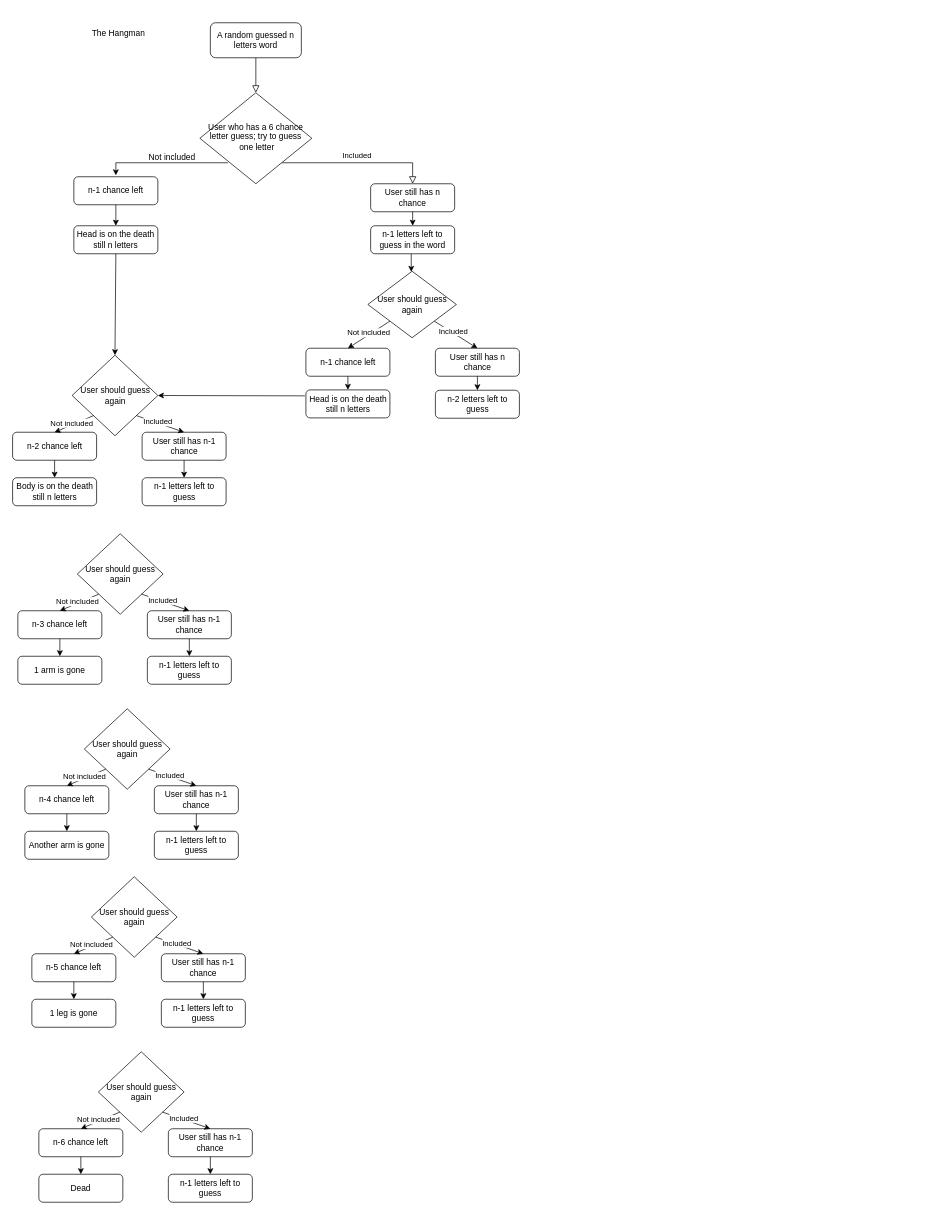
Earlier version of the draw.io diagram beginner_projects/Untitled Diagram.drawio (arzuunr/100_day_challenge). Source tidied: cells renumbered, new cells numbered last; positions are measured from the earlier drawing's top-left corner, leaving out a move shared by most shapes. Both pictures are drawn from the tidied source at 70%, with x=0, y=0 at pixel (12, 15).
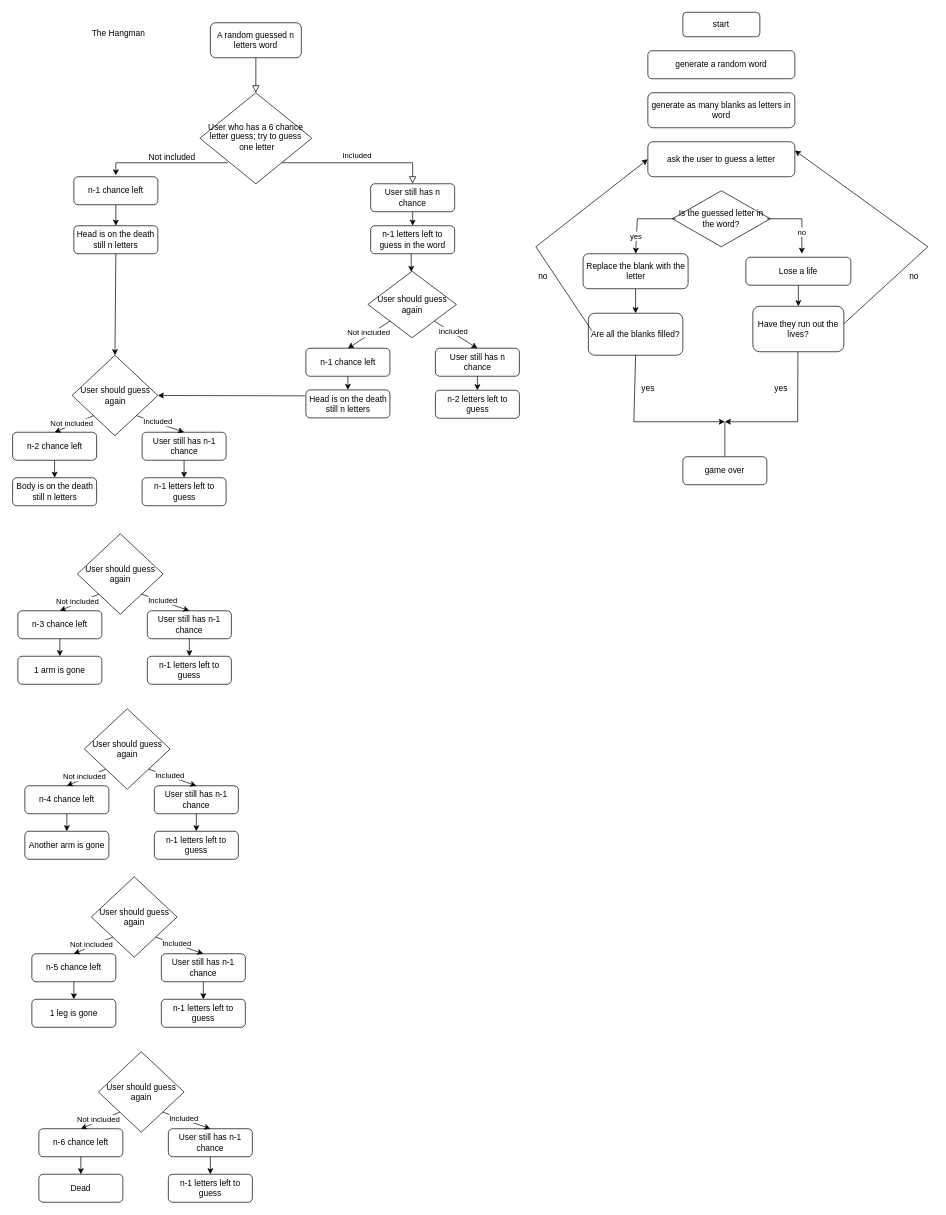
After the change.

The edit, as a diff of the source:
```diff
@@
+    <mxCell id="84" value="start" style="rounded=1;whiteSpace=wrap;html=1;" parent="1" vertex="1">
+      <mxGeometry x="958" y="-5" width="110" height="35" as="geometry" />
+    </mxCell>
+    <mxCell id="85" value="generate a random word" style="rounded=1;whiteSpace=wrap;html=1;" parent="1" vertex="1">
+      <mxGeometry x="908" y="50" width="210" height="40" as="geometry" />
+    </mxCell>
+    <mxCell id="86" value="generate as many blanks as letters in word" style="rounded=1;whiteSpace=wrap;html=1;" parent="1" vertex="1">
+      <mxGeometry x="908" y="110" width="210" height="50" as="geometry" />
+    </mxCell>
+    <mxCell id="87" value="ask the user to guess a letter" style="rounded=1;whiteSpace=wrap;html=1;" parent="1" vertex="1">
+      <mxGeometry x="908" y="180" width="210" height="50" as="geometry" />
+    </mxCell>
+    <mxCell id="88" value="Is the guessed letter in the word?" style="rhombus;whiteSpace=wrap;html=1;" parent="1" vertex="1">
+      <mxGeometry x="943" y="250" width="140" height="80" as="geometry" />
+    </mxCell>
+    <mxCell id="89" value="Replace the blank with the letter" style="rounded=1;whiteSpace=wrap;html=1;" parent="1" vertex="1">
+      <mxGeometry x="815.5" y="340" width="150" height="50" as="geometry" />
+    </mxCell>
+    <mxCell id="90" value="Lose a life" style="rounded=1;whiteSpace=wrap;html=1;" parent="1" vertex="1">
+      <mxGeometry x="1048" y="345" width="150" height="40" as="geometry" />
+    </mxCell>
+    <mxCell id="91" style="endArrow=classic;html=1;rounded=0;entryX=0.5;entryY=0;entryDx=0;entryDy=0;" parent="1" edge="1" target="89">
+      <mxGeometry relative="1" as="geometry">
+        <mxPoint x="948" y="290" as="sourcePoint" />
+        <Array as="points">
+          <mxPoint x="893" y="290" />
+        </Array>
+      </mxGeometry>
+    </mxCell>
+    <mxCell id="92" value="yes" style="edgeLabel;html=1;align=center;verticalAlign=middle;" parent="91" vertex="1">
+      <mxGeometry x="0.52" y="-1" relative="1" as="geometry" />
+    </mxCell>
+    <mxCell id="93" style="endArrow=classic;html=1;rounded=0;" parent="1" edge="1">
+      <mxGeometry relative="1" as="geometry">
+        <mxPoint x="1078" y="290" as="sourcePoint" />
+        <mxPoint x="1128" y="340" as="targetPoint" />
+        <Array as="points">
+          <mxPoint x="1128" y="290" />
+        </Array>
+      </mxGeometry>
+    </mxCell>
+    <mxCell id="94" value="no" style="edgeLabel;html=1;align=center;verticalAlign=middle;" parent="93" vertex="1">
+      <mxGeometry x="0.38" y="-1" relative="1" as="geometry">
+        <mxPoint y="-1" as="offset" />
+      </mxGeometry>
+    </mxCell>
+    <mxCell id="95" value="Have they run out the lives?" style="rounded=1;whiteSpace=wrap;html=1;" parent="1" vertex="1">
+      <mxGeometry x="1058" y="415" width="130" height="65" as="geometry" />
+    </mxCell>
+    <mxCell id="96" value="Are all the blanks filled?" style="rounded=1;whiteSpace=wrap;html=1;" parent="1" vertex="1">
+      <mxGeometry x="823" y="425" width="135" height="60" as="geometry" />
+    </mxCell>
+    <mxCell id="97" style="endArrow=classic;html=1;rounded=0;entryX=0;entryY=0.5;entryDx=0;entryDy=0;" parent="1" edge="1" target="87">
+      <mxGeometry relative="1" as="geometry">
+        <mxPoint x="828" y="450" as="sourcePoint" />
+        <Array as="points">
+          <mxPoint x="748" y="330" />
+        </Array>
+      </mxGeometry>
+    </mxCell>
+    <mxCell id="98" style="endArrow=classic;html=1;rounded=0;entryX=1;entryY=0.25;entryDx=0;entryDy=0;" parent="1" edge="1" target="87">
+      <mxGeometry relative="1" as="geometry">
+        <mxPoint x="1188" y="440" as="sourcePoint" />
+        <Array as="points">
+          <mxPoint x="1308" y="330" />
+        </Array>
+      </mxGeometry>
+    </mxCell>
+    <mxCell id="99" value="no" style="text;html=1;align=center;verticalAlign=middle;strokeColor=none;fillColor=none;" parent="1" vertex="1">
+      <mxGeometry x="738" y="358" width="40" height="30" as="geometry" />
+    </mxCell>
+    <mxCell id="100" value="no" style="text;html=1;align=center;verticalAlign=middle;strokeColor=none;fillColor=none;" parent="1" vertex="1">
+      <mxGeometry x="1268" y="358" width="40" height="30" as="geometry" />
+    </mxCell>
+    <mxCell id="101" style="endArrow=classic;html=1;rounded=0;entryX=0.5;entryY=0;entryDx=0;entryDy=0;exitX=0.5;exitY=1;exitDx=0;exitDy=0;" parent="1" edge="1" source="89" target="96">
+      <mxGeometry relative="1" as="geometry" />
+    </mxCell>
+    <mxCell id="102" style="endArrow=classic;html=1;rounded=0;exitX=0.5;exitY=1;exitDx=0;exitDy=0;entryX=0.5;entryY=0;entryDx=0;entryDy=0;" parent="1" edge="1" source="90" target="95">
+      <mxGeometry relative="1" as="geometry" />
+    </mxCell>
+    <mxCell id="103" style="endArrow=classic;html=1;rounded=0;exitX=0.5;exitY=1;exitDx=0;exitDy=0;" parent="1" edge="1" source="96">
+      <mxGeometry relative="1" as="geometry">
+        <mxPoint x="1018" y="580" as="targetPoint" />
+        <Array as="points">
+          <mxPoint x="888" y="580" />
+        </Array>
+      </mxGeometry>
+    </mxCell>
+    <mxCell id="104" style="endArrow=classic;html=1;rounded=0;exitX=0.5;exitY=1;exitDx=0;exitDy=0;" parent="1" edge="1">
+      <mxGeometry relative="1" as="geometry">
+        <mxPoint x="1122.4" y="480" as="sourcePoint" />
+        <mxPoint x="1018" y="580" as="targetPoint" />
+        <Array as="points">
+          <mxPoint x="1122" y="580" />
+        </Array>
+      </mxGeometry>
+    </mxCell>
+    <mxCell id="105" style="endArrow=none;html=1;rounded=0;" parent="1" edge="1">
+      <mxGeometry relative="1" as="geometry">
+        <mxPoint x="1018" y="630" as="sourcePoint" />
+        <mxPoint x="1018" y="580" as="targetPoint" />
+      </mxGeometry>
+    </mxCell>
+    <mxCell id="106" value="yes" style="text;html=1;align=center;verticalAlign=middle;strokeColor=none;fillColor=none;" parent="1" vertex="1">
+      <mxGeometry x="888" y="518" width="40" height="30" as="geometry" />
+    </mxCell>
+    <mxCell id="107" value="yes" style="text;html=1;align=center;verticalAlign=middle;strokeColor=none;fillColor=none;" parent="1" vertex="1">
+      <mxGeometry x="1078" y="518" width="40" height="30" as="geometry" />
+    </mxCell>
+    <mxCell id="108" value="game over" style="rounded=1;whiteSpace=wrap;html=1;" parent="1" vertex="1">
+      <mxGeometry x="958" y="630" width="120" height="40" as="geometry" />
+    </mxCell>
```
